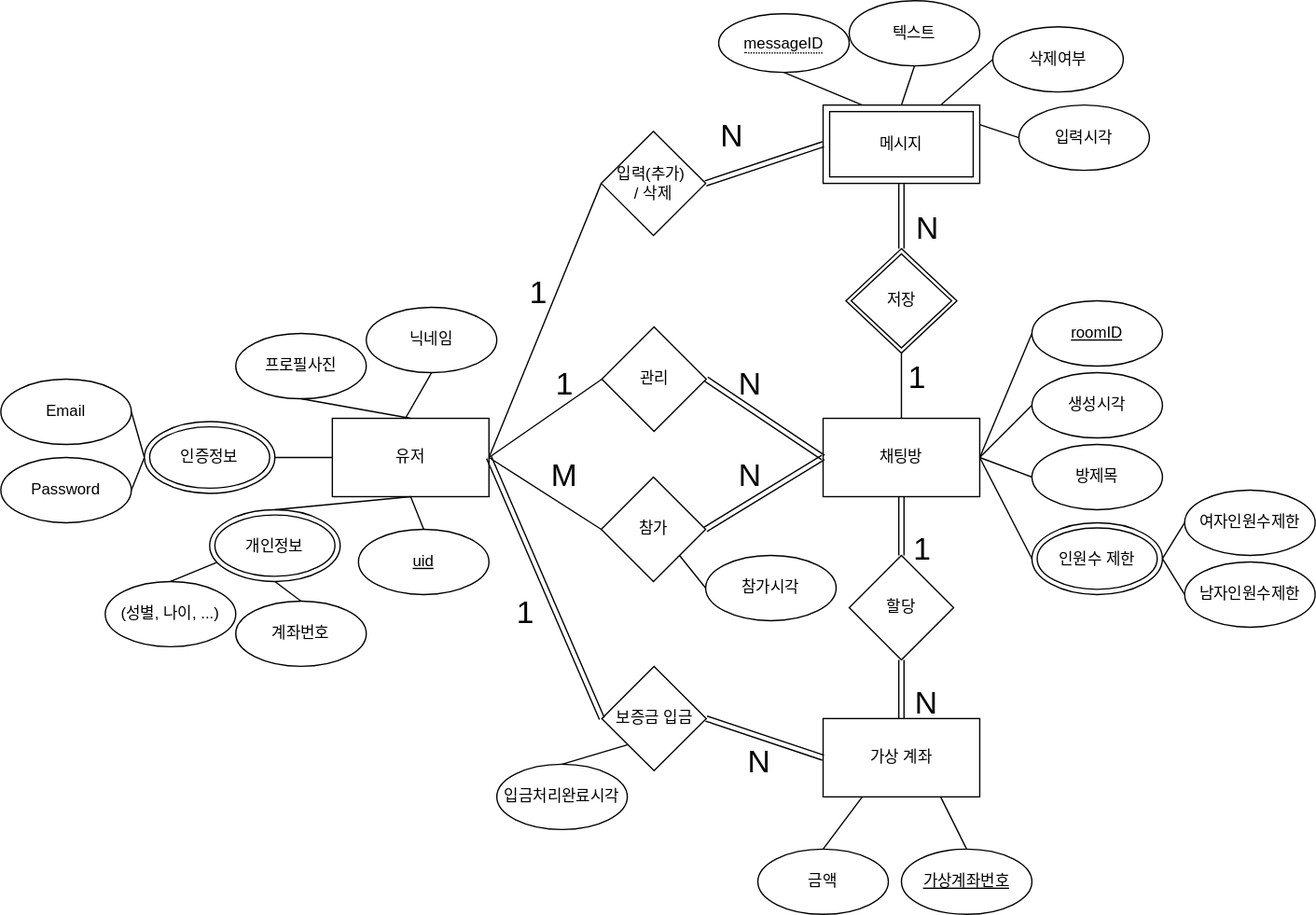
This is diagrams/DB_conceptual_design.drawio.svg from RGB234/meeting_app, a draw.io export, as it was before one commit. Source tidied: cells renumbered, new cells last; positions are measured from the earlier drawing's top-left corner, leaving out a move shared by most shapes.
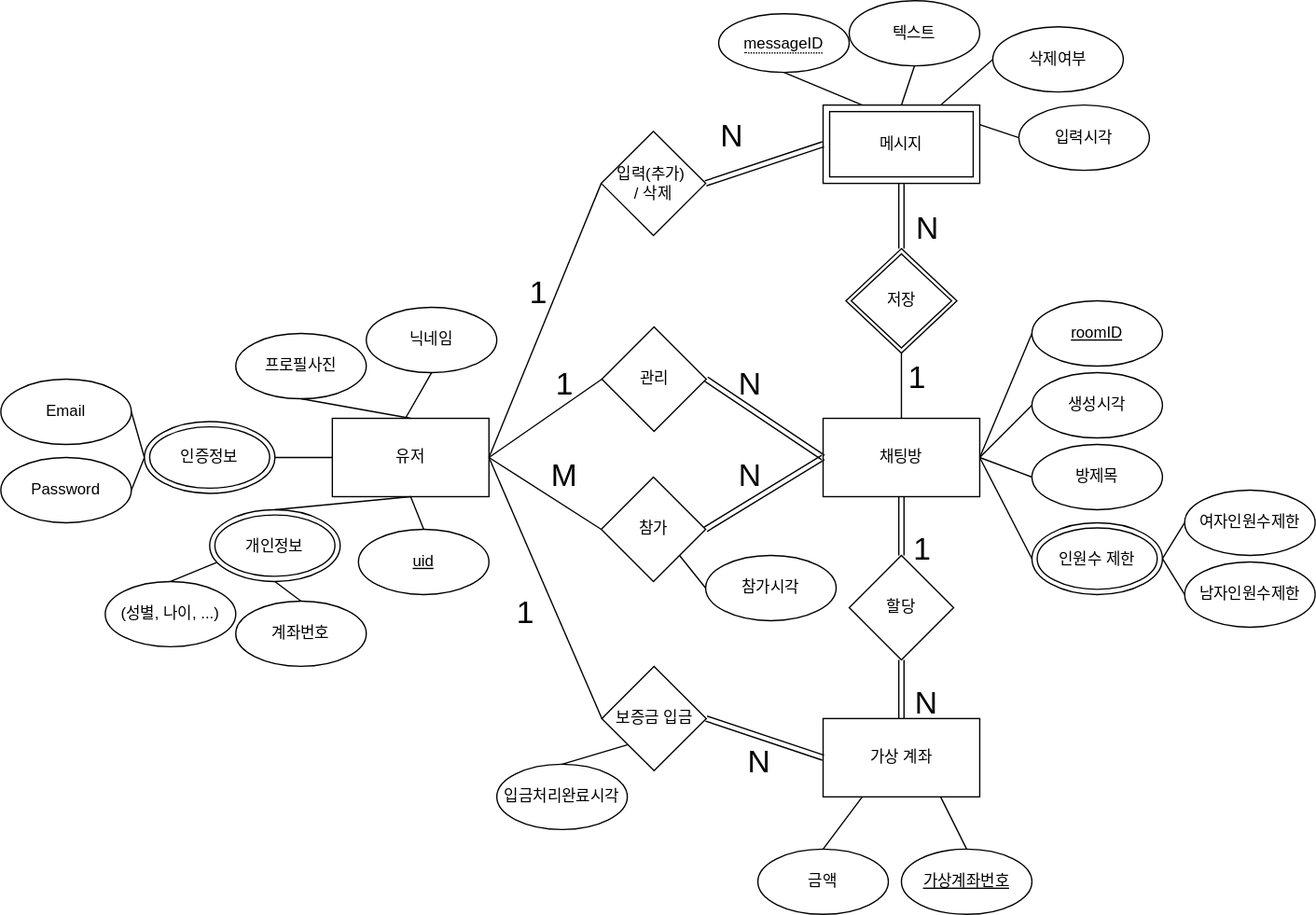
Above is the later version.

Diff of the diagram source:
```diff
@@ -264,8 +264,8 @@
     <mxCell id="81" value="&lt;span style=&quot;background-color: initial;&quot;&gt;입금처리완료시각&lt;/span&gt;" style="ellipse;whiteSpace=wrap;html=1;" parent="1" vertex="1">
       <mxGeometry x="380" y="585" width="100" height="50" as="geometry" />
     </mxCell>
-    <mxCell id="82" style="shape=link;html=1;rounded=0;entryX=1;entryY=0.5;entryDx=0;entryDy=0;exitX=0;exitY=0.5;exitDx=0;exitDy=0;" parent="1" edge="1" source="54" target="4">
-      <mxGeometry relative="1" as="geometry" />
-    </mxCell>
+    <mxCell id="83" style="endArrow=none;html=1;rounded=0;entryX=0;entryY=0.5;entryDx=0;entryDy=0;exitX=1;exitY=0.5;exitDx=0;exitDy=0;" parent="1" edge="1" source="4" target="54">
+      <mxGeometry relative="1" as="geometry" />
+    </mxCell>
   </root>
 </mxGraphModel>
```
